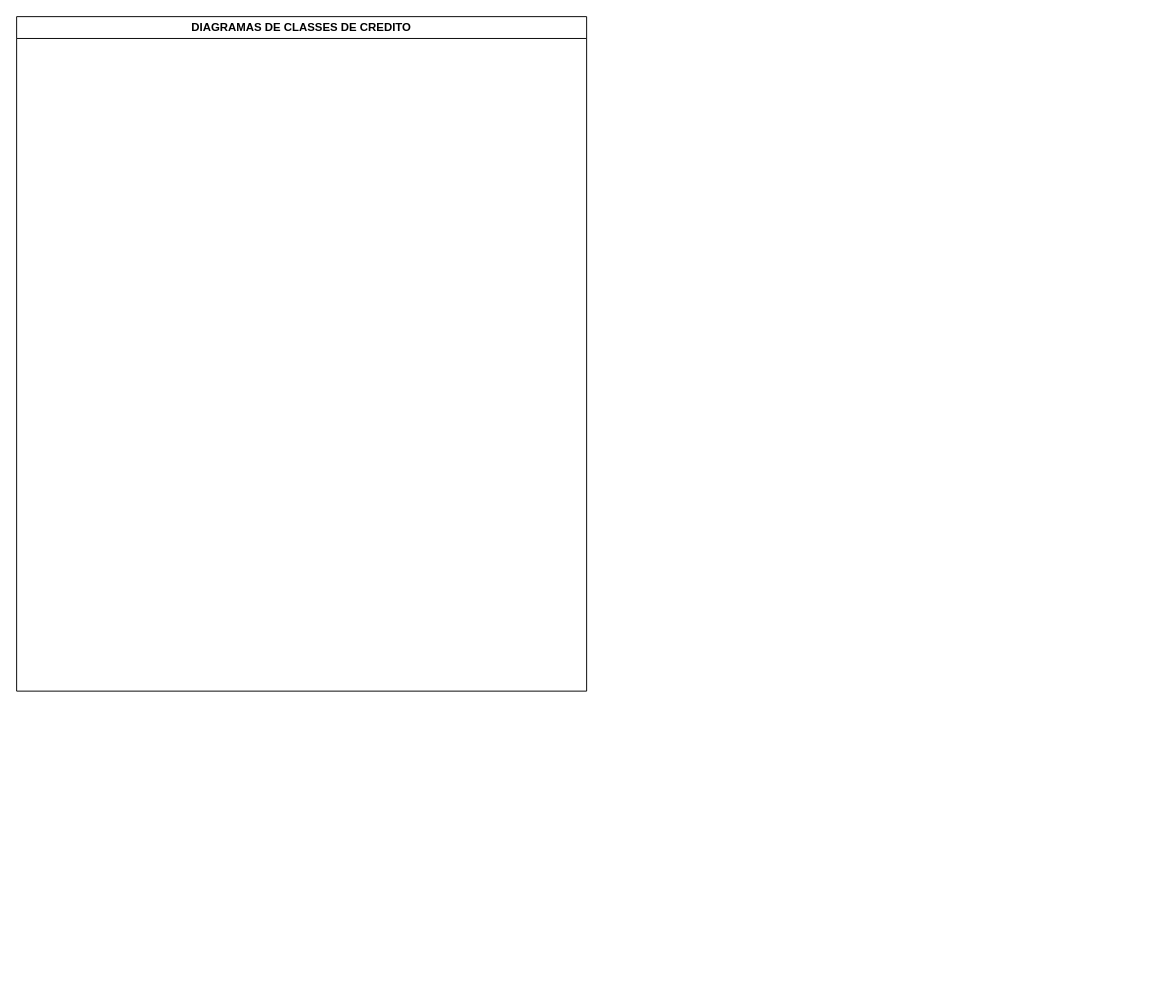
This is Diagrama sem nome.drawio from NickSplorer/diagramas_waldo, a draw.io file, before an edit. Source tidied: cells renumbered, new cells numbered last; positions are measured from the earlier drawing's top-left corner, leaving out a move shared by most shapes. Both pictures are drawn from the tidied source at 95%, with x=0, y=0 at pixel (16, 16).
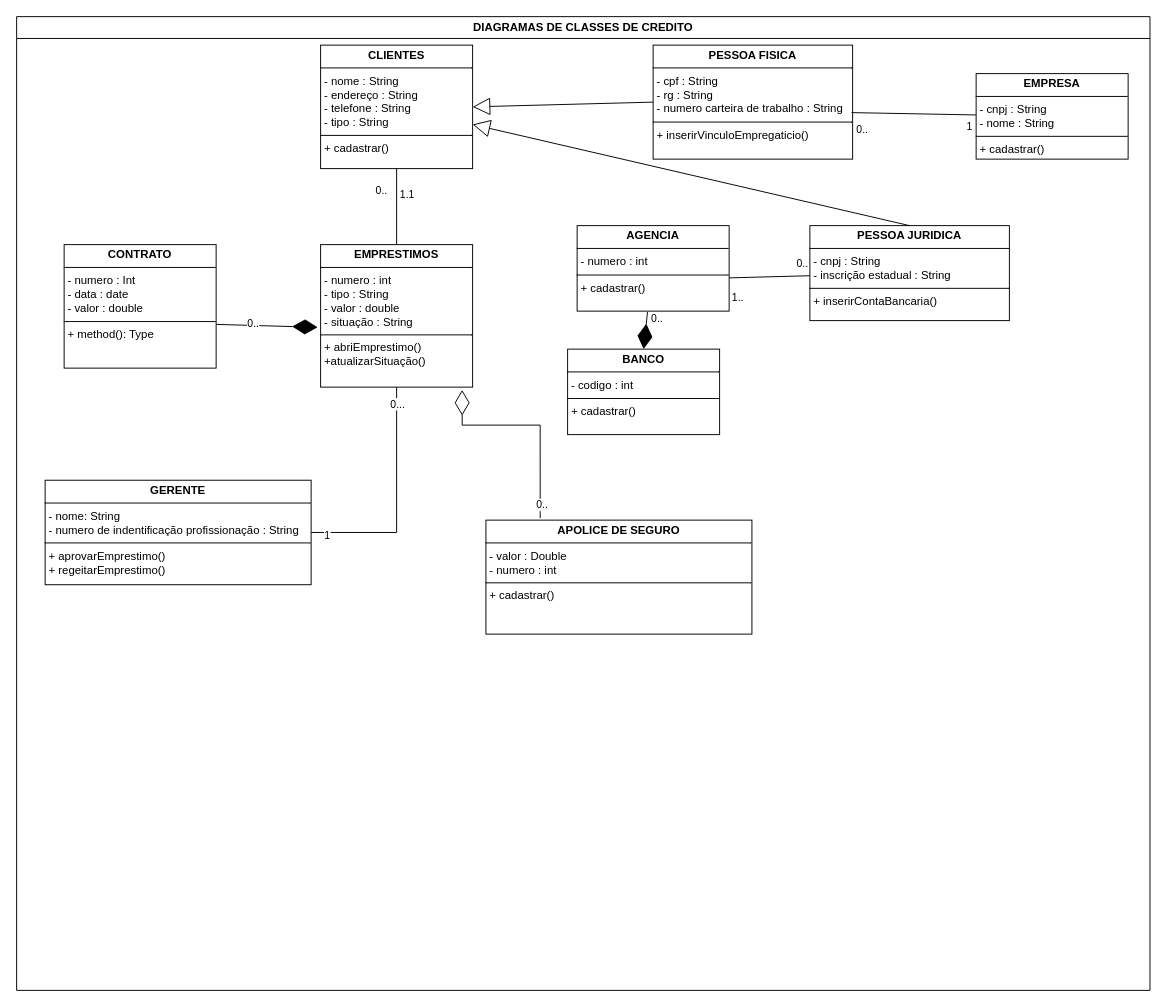
After the change.

What changed in the source:
```diff
@@
     <mxCell id="2" value="DIAGRAMAS DE CLASSES DE CREDITO" style="swimlane;whiteSpace=wrap;html=1;" parent="1" vertex="1">
-      <mxGeometry width="600" height="710" as="geometry" />
+      <mxGeometry width="1193" height="1025" as="geometry" />
     </mxCell>
+    <mxCell id="3" value="&lt;p style=&quot;margin:0px;margin-top:4px;text-align:center;&quot;&gt;&lt;b&gt;EMPRESTIMOS&lt;/b&gt;&lt;/p&gt;&lt;hr size=&quot;1&quot; style=&quot;border-style:solid;&quot;&gt;&lt;p style=&quot;margin:0px;margin-left:4px;&quot;&gt;- numero : int&lt;/p&gt;&lt;p style=&quot;margin:0px;margin-left:4px;&quot;&gt;- tipo : String&lt;/p&gt;&lt;p style=&quot;margin:0px;margin-left:4px;&quot;&gt;- valor : double&lt;/p&gt;&lt;p style=&quot;margin:0px;margin-left:4px;&quot;&gt;- situação : String&lt;/p&gt;&lt;hr size=&quot;1&quot; style=&quot;border-style:solid;&quot;&gt;&lt;p style=&quot;margin:0px;margin-left:4px;&quot;&gt;+ abriEmprestimo()&lt;/p&gt;&lt;p style=&quot;margin:0px;margin-left:4px;&quot;&gt;+atualizarSituação()&lt;/p&gt;" style="verticalAlign=top;align=left;overflow=fill;html=1;whiteSpace=wrap;" parent="2" vertex="1">
+      <mxGeometry x="320" y="240" width="160" height="150" as="geometry" />
+    </mxCell>
+    <mxCell id="4" value="&lt;p style=&quot;margin:0px;margin-top:4px;text-align:center;&quot;&gt;&lt;b&gt;CLIENTES&lt;/b&gt;&lt;/p&gt;&lt;hr size=&quot;1&quot; style=&quot;border-style:solid;&quot;&gt;&lt;p style=&quot;margin:0px;margin-left:4px;&quot;&gt;&lt;span style=&quot;background-color: transparent; color: light-dark(rgb(0, 0, 0), rgb(255, 255, 255));&quot;&gt;- nome : String&lt;/span&gt;&lt;/p&gt;&lt;p style=&quot;margin:0px;margin-left:4px;&quot;&gt;- endereço : String&lt;/p&gt;&lt;p style=&quot;margin:0px;margin-left:4px;&quot;&gt;- telefone : String&lt;/p&gt;&lt;p style=&quot;margin:0px;margin-left:4px;&quot;&gt;- tipo : String&lt;/p&gt;&lt;hr size=&quot;1&quot; style=&quot;border-style:solid;&quot;&gt;&lt;p style=&quot;margin:0px;margin-left:4px;&quot;&gt;+ cadastrar()&lt;/p&gt;" style="verticalAlign=top;align=left;overflow=fill;html=1;whiteSpace=wrap;" parent="2" vertex="1">
+      <mxGeometry x="320" y="30" width="160" height="130" as="geometry" />
+    </mxCell>
+    <mxCell id="5" value="&lt;p style=&quot;margin:0px;margin-top:4px;text-align:center;&quot;&gt;&lt;b&gt;PESSOA FISICA&lt;/b&gt;&lt;/p&gt;&lt;hr size=&quot;1&quot; style=&quot;border-style:solid;&quot;&gt;&lt;p style=&quot;margin: 0px 0px 0px 4px;&quot;&gt;- cpf : String&lt;/p&gt;&lt;p style=&quot;margin: 0px 0px 0px 4px;&quot;&gt;- rg : String&lt;/p&gt;&lt;p style=&quot;margin: 0px 0px 0px 4px;&quot;&gt;- numero carteira de trabalho : String&lt;/p&gt;&lt;hr size=&quot;1&quot; style=&quot;border-style:solid;&quot;&gt;&lt;p style=&quot;margin:0px;margin-left:4px;&quot;&gt;+ inserirVinculoEmpregaticio()&lt;/p&gt;" style="verticalAlign=top;align=left;overflow=fill;html=1;whiteSpace=wrap;" parent="2" vertex="1">
+      <mxGeometry x="670" y="30" width="210" height="120" as="geometry" />
+    </mxCell>
+    <mxCell id="6" value="&lt;p style=&quot;margin:0px;margin-top:4px;text-align:center;&quot;&gt;&lt;b&gt;EMPRESA&lt;/b&gt;&lt;/p&gt;&lt;hr size=&quot;1&quot; style=&quot;border-style:solid;&quot;&gt;&lt;p style=&quot;margin:0px;margin-left:4px;&quot;&gt;- cnpj : String&lt;/p&gt;&lt;p style=&quot;margin:0px;margin-left:4px;&quot;&gt;- nome : String&lt;/p&gt;&lt;hr size=&quot;1&quot; style=&quot;border-style:solid;&quot;&gt;&lt;p style=&quot;margin:0px;margin-left:4px;&quot;&gt;+ cadastrar()&lt;/p&gt;" style="verticalAlign=top;align=left;overflow=fill;html=1;whiteSpace=wrap;" parent="2" vertex="1">
+      <mxGeometry x="1010" y="60" width="160" height="90" as="geometry" />
+    </mxCell>
+    <mxCell id="7" value="&lt;p style=&quot;margin:0px;margin-top:4px;text-align:center;&quot;&gt;&lt;b&gt;PESSOA JURIDICA&lt;/b&gt;&lt;/p&gt;&lt;hr size=&quot;1&quot; style=&quot;border-style:solid;&quot;&gt;&lt;p style=&quot;margin:0px;margin-left:4px;&quot;&gt;- cnpj : String&lt;/p&gt;&lt;p style=&quot;margin:0px;margin-left:4px;&quot;&gt;- inscrição estadual : String&lt;/p&gt;&lt;hr size=&quot;1&quot; style=&quot;border-style:solid;&quot;&gt;&lt;p style=&quot;margin:0px;margin-left:4px;&quot;&gt;&lt;span style=&quot;background-color: transparent; color: light-dark(rgb(0, 0, 0), rgb(255, 255, 255));&quot;&gt;+ inserirContaBancaria()&lt;/span&gt;&lt;/p&gt;" style="verticalAlign=top;align=left;overflow=fill;html=1;whiteSpace=wrap;" parent="2" vertex="1">
+      <mxGeometry x="835" y="220" width="210" height="100" as="geometry" />
+    </mxCell>
+    <mxCell id="8" style="endArrow=block;endSize=16;endFill=0;html=1;rounded=0;exitX=0;exitY=0.5;exitDx=0;exitDy=0;entryX=1;entryY=0.5;entryDx=0;entryDy=0;" parent="2" edge="1" source="5" target="4">
+      <mxGeometry relative="1" as="geometry" />
+    </mxCell>
+    <mxCell id="9" style="endArrow=block;endSize=16;endFill=0;html=1;rounded=0;exitX=0.5;exitY=0;exitDx=0;exitDy=0;" parent="2" edge="1" source="7" target="4">
+      <mxGeometry relative="1" as="geometry" />
+    </mxCell>
+    <mxCell id="10" value="&lt;p style=&quot;margin:0px;margin-top:4px;text-align:center;&quot;&gt;&lt;b&gt;BANCO&lt;/b&gt;&lt;/p&gt;&lt;hr size=&quot;1&quot; style=&quot;border-style:solid;&quot;&gt;&lt;p style=&quot;margin:0px;margin-left:4px;&quot;&gt;- codigo : int&lt;/p&gt;&lt;hr size=&quot;1&quot; style=&quot;border-style:solid;&quot;&gt;&lt;p style=&quot;margin:0px;margin-left:4px;&quot;&gt;+ cadastrar()&lt;/p&gt;" style="verticalAlign=top;align=left;overflow=fill;html=1;whiteSpace=wrap;" parent="2" vertex="1">
+      <mxGeometry x="580" y="350" width="160" height="90" as="geometry" />
+    </mxCell>
+    <mxCell id="11" value="&lt;p style=&quot;margin:0px;margin-top:4px;text-align:center;&quot;&gt;&lt;b&gt;AGENCIA&lt;/b&gt;&lt;/p&gt;&lt;hr size=&quot;1&quot; style=&quot;border-style:solid;&quot;&gt;&lt;p style=&quot;margin:0px;margin-left:4px;&quot;&gt;- numero : int&lt;/p&gt;&lt;hr size=&quot;1&quot; style=&quot;border-style:solid;&quot;&gt;&lt;p style=&quot;margin:0px;margin-left:4px;&quot;&gt;+ cadastrar()&lt;/p&gt;" style="verticalAlign=top;align=left;overflow=fill;html=1;whiteSpace=wrap;" parent="2" vertex="1">
+      <mxGeometry x="590" y="220" width="160" height="90" as="geometry" />
+    </mxCell>
+    <mxCell id="12" style="endArrow=diamondThin;endFill=1;endSize=24;html=1;rounded=0;exitX=0.463;exitY=1.011;exitDx=0;exitDy=0;entryX=0.5;entryY=0;entryDx=0;entryDy=0;exitPerimeter=0;" parent="2" edge="1" source="11" target="10">
+      <mxGeometry relative="1" as="geometry" />
+    </mxCell>
+    <mxCell id="13" value="0.." style="edgeLabel;html=1;align=center;verticalAlign=middle;fontFamily=Helvetica;fontSize=11;fontColor=default;labelBackgroundColor=default;" parent="12" vertex="1">
+      <mxGeometry x="-0.48" y="-1" relative="1" as="geometry">
+        <mxPoint x="11" y="-3" as="offset" />
+      </mxGeometry>
+    </mxCell>
+    <mxCell id="14" style="edgeStyle=orthogonalEdgeStyle;shape=connector;rounded=0;jettySize=auto;html=1;strokeColor=default;align=center;verticalAlign=middle;fontFamily=Helvetica;fontSize=11;fontColor=default;labelBackgroundColor=default;startFill=0;endArrow=none;" parent="2" edge="1" source="17" target="3">
+      <mxGeometry relative="1" as="geometry" />
+    </mxCell>
+    <mxCell id="15" value="1" style="edgeLabel;html=1;align=center;verticalAlign=middle;fontFamily=Helvetica;fontSize=11;fontColor=default;labelBackgroundColor=default;" parent="14" vertex="1">
+      <mxGeometry x="-0.87" y="-2" relative="1" as="geometry" />
+    </mxCell>
+    <mxCell id="16" value="0..." style="edgeLabel;html=1;align=center;verticalAlign=middle;fontFamily=Helvetica;fontSize=11;fontColor=default;labelBackgroundColor=default;" parent="14" vertex="1">
+      <mxGeometry x="0.86" relative="1" as="geometry" />
+    </mxCell>
+    <mxCell id="17" value="&lt;p style=&quot;margin:0px;margin-top:4px;text-align:center;&quot;&gt;&lt;b&gt;GERENTE&lt;/b&gt;&lt;/p&gt;&lt;hr size=&quot;1&quot; style=&quot;border-style:solid;&quot;&gt;&lt;p style=&quot;margin: 0px 0px 0px 4px;&quot;&gt;- nome: String&lt;/p&gt;&lt;p style=&quot;margin: 0px 0px 0px 4px;&quot;&gt;- numero de indentificação profissionação : String&lt;br&gt;&lt;/p&gt;&lt;hr size=&quot;1&quot; style=&quot;border-style:solid;&quot;&gt;&lt;p style=&quot;margin:0px;margin-left:4px;&quot;&gt;+ aprovarEmprestimo()&lt;/p&gt;&lt;p style=&quot;margin:0px;margin-left:4px;&quot;&gt;+ regeitarEmprestimo()&lt;/p&gt;" style="verticalAlign=top;align=left;overflow=fill;html=1;whiteSpace=wrap;" parent="2" vertex="1">
+      <mxGeometry x="30" y="488" width="280" height="110" as="geometry" />
+    </mxCell>
+    <mxCell id="18" value="&lt;p style=&quot;margin:0px;margin-top:4px;text-align:center;&quot;&gt;&lt;b&gt;APOLICE DE SEGURO&lt;/b&gt;&lt;/p&gt;&lt;hr size=&quot;1&quot; style=&quot;border-style:solid;&quot;&gt;&lt;p style=&quot;margin: 0px 0px 0px 4px;&quot;&gt;- valor : Double&lt;/p&gt;&lt;p style=&quot;margin: 0px 0px 0px 4px;&quot;&gt;- numero : int&lt;br&gt;&lt;/p&gt;&lt;hr size=&quot;1&quot; style=&quot;border-style:solid;&quot;&gt;&lt;p style=&quot;margin:0px;margin-left:4px;&quot;&gt;+ cadastrar()&lt;/p&gt;" style="verticalAlign=top;align=left;overflow=fill;html=1;whiteSpace=wrap;" parent="2" vertex="1">
+      <mxGeometry x="494" y="530" width="280" height="120" as="geometry" />
+    </mxCell>
+    <mxCell id="19" value="&lt;p style=&quot;margin:0px;margin-top:4px;text-align:center;&quot;&gt;&lt;b&gt;CONTRATO&lt;/b&gt;&lt;/p&gt;&lt;hr size=&quot;1&quot; style=&quot;border-style:solid;&quot;&gt;&lt;p style=&quot;margin:0px;margin-left:4px;&quot;&gt;- numero : Int&lt;/p&gt;&lt;p style=&quot;margin:0px;margin-left:4px;&quot;&gt;- data : date&lt;/p&gt;&lt;p style=&quot;margin:0px;margin-left:4px;&quot;&gt;- valor : double&lt;/p&gt;&lt;hr size=&quot;1&quot; style=&quot;border-style:solid;&quot;&gt;&lt;p style=&quot;margin:0px;margin-left:4px;&quot;&gt;+ method(): Type&lt;/p&gt;" style="verticalAlign=top;align=left;overflow=fill;html=1;whiteSpace=wrap;" parent="2" vertex="1">
+      <mxGeometry x="50" y="240" width="160" height="130" as="geometry" />
+    </mxCell>
+    <mxCell id="20" style="rounded=0;jettySize=auto;html=1;endArrow=none;startFill=0;edgeStyle=orthogonalEdgeStyle;" parent="2" edge="1" source="4" target="3">
+      <mxGeometry relative="1" as="geometry" />
+    </mxCell>
+    <mxCell id="21" value="1.1" style="edgeLabel;html=1;align=center;verticalAlign=middle;fontFamily=Helvetica;fontSize=11;fontColor=default;labelBackgroundColor=default;" parent="20" vertex="1">
+      <mxGeometry y="-1" relative="1" as="geometry">
+        <mxPoint x="11" y="-14" as="offset" />
+      </mxGeometry>
+    </mxCell>
+    <mxCell id="22" value="0.." style="edgeLabel;html=1;align=center;verticalAlign=middle;fontFamily=Helvetica;fontSize=11;fontColor=default;labelBackgroundColor=default;" parent="20" vertex="1">
+      <mxGeometry x="-0.03" y="2" relative="1" as="geometry">
+        <mxPoint x="-19" y="-17" as="offset" />
+      </mxGeometry>
+    </mxCell>
+    <mxCell id="23" style="edgeStyle=none;shape=connector;rounded=0;jettySize=auto;html=1;entryX=1;entryY=0.611;entryDx=0;entryDy=0;entryPerimeter=0;strokeColor=default;align=center;verticalAlign=middle;fontFamily=Helvetica;fontSize=11;fontColor=default;labelBackgroundColor=default;startFill=0;endArrow=none;" parent="2" edge="1" source="7" target="11">
+      <mxGeometry relative="1" as="geometry" />
+    </mxCell>
+    <mxCell id="24" value="0.." style="edgeLabel;html=1;align=center;verticalAlign=middle;fontFamily=Helvetica;fontSize=11;fontColor=default;labelBackgroundColor=default;" parent="23" vertex="1">
+      <mxGeometry x="-0.2" y="-1" relative="1" as="geometry">
+        <mxPoint x="26" y="-13" as="offset" />
+      </mxGeometry>
+    </mxCell>
+    <mxCell id="25" value="1.." style="edgeLabel;html=1;align=center;verticalAlign=middle;fontFamily=Helvetica;fontSize=11;fontColor=default;labelBackgroundColor=default;" parent="23" vertex="1">
+      <mxGeometry x="0.4" relative="1" as="geometry">
+        <mxPoint x="-17" y="21" as="offset" />
+      </mxGeometry>
+    </mxCell>
+    <mxCell id="26" style="edgeStyle=none;shape=connector;rounded=0;jettySize=auto;html=1;entryX=0.995;entryY=0.592;entryDx=0;entryDy=0;entryPerimeter=0;strokeColor=default;align=center;verticalAlign=middle;fontFamily=Helvetica;fontSize=11;fontColor=default;labelBackgroundColor=default;startFill=0;endArrow=none;" parent="2" edge="1" source="6" target="5">
+      <mxGeometry relative="1" as="geometry" />
+    </mxCell>
+    <mxCell id="27" value="1" style="edgeLabel;html=1;align=center;verticalAlign=middle;fontFamily=Helvetica;fontSize=11;fontColor=default;labelBackgroundColor=default;" parent="26" vertex="1">
+      <mxGeometry x="0.81" y="1" relative="1" as="geometry">
+        <mxPoint x="111" y="13" as="offset" />
+      </mxGeometry>
+    </mxCell>
+    <mxCell id="28" value="0.." style="edgeLabel;html=1;align=center;verticalAlign=middle;fontFamily=Helvetica;fontSize=11;fontColor=default;labelBackgroundColor=default;" parent="26" vertex="1">
+      <mxGeometry x="-0.79" y="2" relative="1" as="geometry">
+        <mxPoint x="-106" y="13" as="offset" />
+      </mxGeometry>
+    </mxCell>
+    <mxCell id="29" style="endArrow=diamondThin;endFill=1;endSize=24;html=1;rounded=0;exitX=1;exitY=0.646;exitDx=0;exitDy=0;entryX=-0.019;entryY=0.58;entryDx=0;entryDy=0;exitPerimeter=0;entryPerimeter=0;" parent="2" edge="1" source="19" target="3">
+      <mxGeometry relative="1" as="geometry" />
+    </mxCell>
+    <mxCell id="30" value="0.." style="edgeLabel;html=1;align=center;verticalAlign=middle;fontFamily=Helvetica;fontSize=11;fontColor=default;labelBackgroundColor=default;" parent="29" vertex="1">
+      <mxGeometry x="-0.48" y="-1" relative="1" as="geometry">
+        <mxPoint x="11" y="-3" as="offset" />
+      </mxGeometry>
+    </mxCell>
+    <mxCell id="31" style="endArrow=diamondThin;endFill=0;endSize=24;html=1;rounded=0;strokeColor=default;align=center;verticalAlign=middle;fontFamily=Helvetica;fontSize=11;fontColor=default;labelBackgroundColor=default;edgeStyle=orthogonalEdgeStyle;entryX=0.931;entryY=1.02;entryDx=0;entryDy=0;entryPerimeter=0;exitX=0.204;exitY=-0.017;exitDx=0;exitDy=0;exitPerimeter=0;" parent="2" edge="1" source="18" target="3">
+      <mxGeometry relative="1" as="geometry">
+        <Array as="points">
+          <mxPoint x="551" y="430" />
+          <mxPoint x="469" y="430" />
+        </Array>
+      </mxGeometry>
+    </mxCell>
+    <mxCell id="32" value="0.." style="edgeLabel;html=1;align=center;verticalAlign=middle;fontFamily=Helvetica;fontSize=11;fontColor=default;labelBackgroundColor=default;" parent="31" vertex="1">
+      <mxGeometry x="-0.87" y="-1" relative="1" as="geometry" />
+    </mxCell>
```
